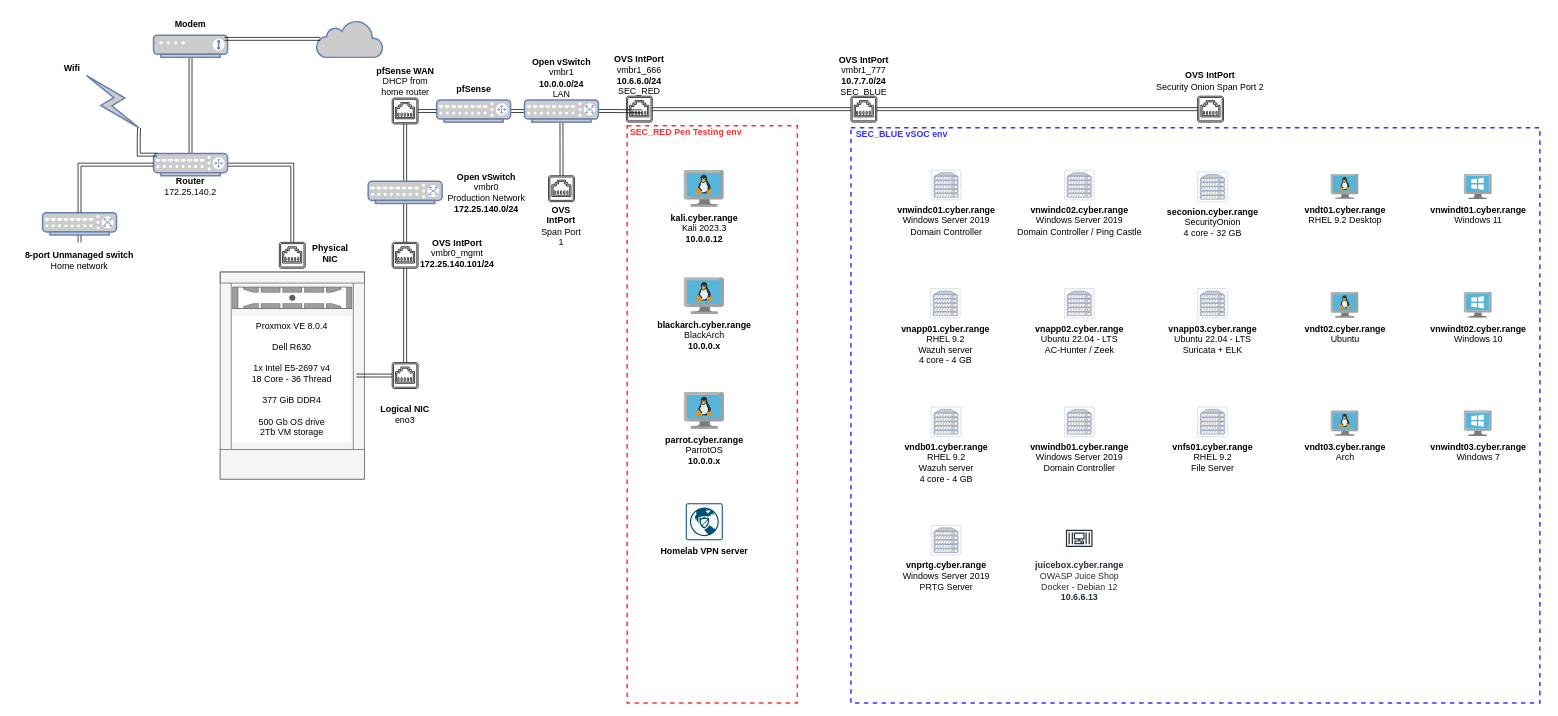
Before: homelab_v3.0.drawio in barebonescyber/homelabNetwork_diagram, a draw.io diagram. Source tidied: cells renumbered, new cells numbered last; positions are measured from the earlier drawing's top-left corner, leaving out a move shared by most shapes. Both pictures are drawn from the tidied source at 74%, with x=0, y=0 at pixel (13, 13).
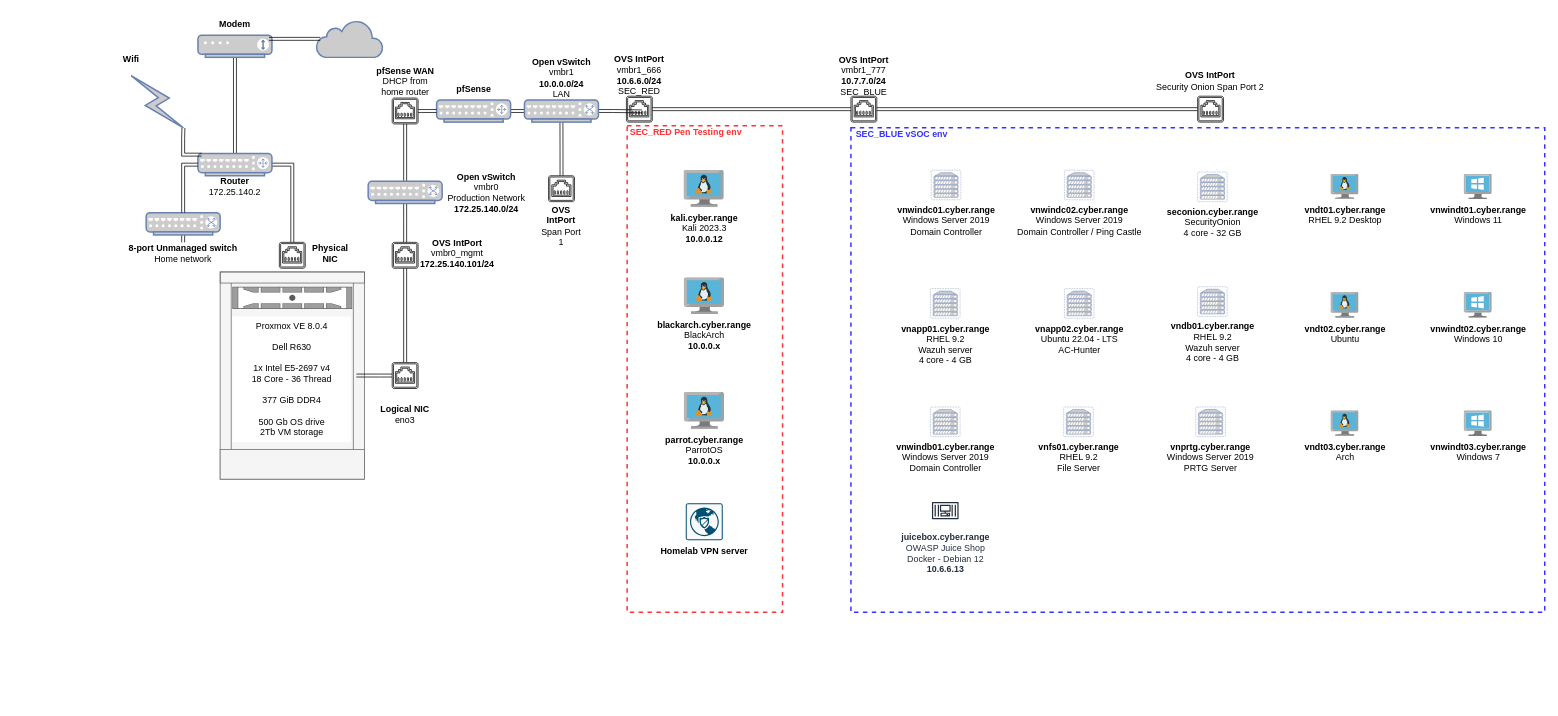
After the change.

What changed in the source:
```diff
@@
     <mxCell id="2" value="&amp;nbsp;&lt;font color=&quot;#3333ff&quot;&gt;SEC_BLUE vSOC env&lt;/font&gt;" style="html=1;fontColor=#FF3333;fontStyle=1;align=left;verticalAlign=top;spacing=0;labelBorderColor=none;fillColor=none;dashed=1;strokeWidth=2;strokeColor=#3333FF;spacingLeft=4;spacingTop=-3;" parent="1" vertex="1">
-      <mxGeometry x="1132.4" y="155" width="931" height="777.5" as="geometry" />
+      <mxGeometry x="1132.4" y="155" width="937.6" height="655" as="geometry" />
     </mxCell>
     <mxCell id="3" value="SEC_RED Pen Testing env" style="html=1;fontColor=#FF3333;fontStyle=1;align=left;verticalAlign=top;spacing=0;labelBorderColor=none;fillColor=none;dashed=1;strokeWidth=2;strokeColor=#FF3333;spacingLeft=4;spacingTop=-3;" parent="1" vertex="1">
-      <mxGeometry x="830" y="152.5" width="230" height="780" as="geometry" />
+      <mxGeometry x="830" y="152.5" width="210" height="657.5" as="geometry" />
     </mxCell>
@@
     <mxCell id="6" style="fontColor=#0066CC;verticalAlign=top;verticalLabelPosition=bottom;labelPosition=center;align=center;html=1;outlineConnect=0;fillColor=#CCCCCC;strokeColor=#6881B3;gradientColor=none;gradientDirection=north;strokeWidth=2;shape=mxgraph.networks.router;" parent="1" vertex="1">
-      <mxGeometry x="190" y="190" width="100" height="30" as="geometry" />
+      <mxGeometry x="250" y="190" width="100" height="30" as="geometry" />
     </mxCell>
     <mxCell id="7" style="fontColor=#0066CC;verticalAlign=top;verticalLabelPosition=bottom;labelPosition=center;align=center;html=1;outlineConnect=0;fillColor=#CCCCCC;strokeColor=#6881B3;gradientColor=none;gradientDirection=north;strokeWidth=2;shape=mxgraph.networks.comm_link;direction=west;rotation=-45;" parent="1" vertex="1">
-      <mxGeometry x="120" y="70" width="30" height="100" as="geometry" />
+      <mxGeometry x="180" y="70" width="30" height="100" as="geometry" />
     </mxCell>
@@
     <mxCell id="10" style="fontColor=#0066CC;verticalAlign=top;verticalLabelPosition=bottom;labelPosition=center;align=center;html=1;outlineConnect=0;fillColor=#CCCCCC;strokeColor=#6881B3;gradientColor=none;gradientDirection=north;strokeWidth=2;shape=mxgraph.networks.modem;direction=east;" parent="1" vertex="1">
-      <mxGeometry x="190" y="30" width="100" height="30" as="geometry" />
+      <mxGeometry x="250" y="30" width="100" height="30" as="geometry" />
     </mxCell>
@@
-    <mxCell id="12" style="edgeStyle=orthogonalEdgeStyle;rounded=0;jettySize=auto;html=1;exitX=0.5;exitY=1;exitDx=0;exitDy=0;exitPerimeter=0;entryX=0.5;entryY=0;entryDx=0;entryDy=0;shape=link;" parent="1" edge="1" source="13" target="18">
-      <mxGeometry relative="1" as="geometry" />
+    <mxCell id="12" style="edgeStyle=orthogonalEdgeStyle;rounded=0;jettySize=auto;html=1;exitX=0.5;exitY=1;exitDx=0;exitDy=0;exitPerimeter=0;entryX=0.5;entryY=0;entryDx=0;entryDy=0;shape=link;" parent="1" edge="1" source="13">
+      <mxGeometry relative="1" as="geometry">
+        <mxPoint x="230" y="310" as="targetPoint" />
+      </mxGeometry>
     </mxCell>
     <mxCell id="13" style="fontColor=#0066CC;verticalAlign=top;verticalLabelPosition=bottom;labelPosition=center;align=center;html=1;outlineConnect=0;fillColor=#CCCCCC;strokeColor=#6881B3;gradientColor=none;gradientDirection=north;strokeWidth=2;shape=mxgraph.networks.switch;" parent="1" vertex="1">
-      <mxGeometry x="40" y="270" width="100" height="30" as="geometry" />
+      <mxGeometry x="180" y="270" width="100" height="30" as="geometry" />
     </mxCell>
@@
     <mxCell id="18" value="&lt;b&gt;8-port Unmanaged switch&lt;/b&gt;&lt;br&gt;Home network" style="text;html=1;strokeColor=none;fillColor=none;align=center;verticalAlign=middle;whiteSpace=wrap;rounded=0;" parent="1" vertex="1">
-      <mxGeometry y="310" width="180" height="50" as="geometry" />
+      <mxGeometry x="140" y="300" width="180" height="50" as="geometry" />
     </mxCell>
@@
     <mxCell id="29" value="&lt;b&gt;Router&lt;/b&gt;&lt;br&gt;172.25.140.2" style="text;html=1;strokeColor=none;fillColor=none;align=center;verticalAlign=middle;whiteSpace=wrap;rounded=0;" parent="1" vertex="1">
-      <mxGeometry x="190" y="220" width="100" height="30" as="geometry" />
+      <mxGeometry x="250" y="220" width="100" height="30" as="geometry" />
     </mxCell>
     <mxCell id="30" value="&lt;b&gt;Modem&lt;br&gt;&lt;/b&gt;" style="text;html=1;strokeColor=none;fillColor=none;align=center;verticalAlign=middle;whiteSpace=wrap;rounded=0;" parent="1" vertex="1">
-      <mxGeometry x="210" width="60" height="30" as="geometry" />
+      <mxGeometry x="270" width="60" height="30" as="geometry" />
     </mxCell>
     <mxCell id="31" value="&lt;b&gt;Wifi&lt;/b&gt;" style="text;html=1;strokeColor=none;fillColor=none;align=center;verticalAlign=middle;whiteSpace=wrap;rounded=0;" parent="1" vertex="1">
-      <mxGeometry x="40" y="50" width="80" height="50" as="geometry" />
+      <mxGeometry x="120" y="37.5" width="80" height="50" as="geometry" />
     </mxCell>
@@
     <mxCell id="40" value="&lt;b&gt;juicebox.cyber.range&lt;/b&gt;&lt;br&gt;OWASP Juice Shop&lt;br&gt;Docker - Debian 12&lt;br&gt;&lt;b&gt;10.6.6.13&lt;/b&gt;" style="sketch=0;fontColor=#232F3E;gradientColor=none;strokeColor=#232F3E;fillColor=#ffffff;dashed=0;verticalLabelPosition=bottom;verticalAlign=top;align=center;html=1;fontSize=12;fontStyle=0;shape=mxgraph.aws4.resourceIcon;resIcon=mxgraph.aws4.container_3;" parent="1" vertex="1">
-      <mxGeometry x="1418.4" y="687.5" width="45" height="45" as="geometry" />
+      <mxGeometry x="1237.4" y="650" width="45" height="45" as="geometry" />
     </mxCell>
@@
-    <mxCell id="48" value="&lt;font style=&quot;&quot; color=&quot;#000000&quot;&gt;&lt;b&gt;vnapp02.cyber.range&lt;/b&gt;&lt;br&gt;&lt;/font&gt;&lt;font color=&quot;#000000&quot;&gt;Ubuntu 22.04 - LTS&lt;br&gt;&lt;/font&gt;&lt;font style=&quot;&quot; color=&quot;#000000&quot;&gt;AC-Hunter / Zeek&lt;br&gt;&lt;/font&gt;" style="fontColor=#0066CC;verticalAlign=top;verticalLabelPosition=bottom;labelPosition=center;align=center;html=1;fillColor=#CCCCCC;strokeColor=#6881B3;gradientColor=none;gradientDirection=north;strokeWidth=2;shape=mxgraph.networks.virtual_server;" parent="1" vertex="1">
+    <mxCell id="48" value="&lt;font style=&quot;&quot; color=&quot;#000000&quot;&gt;&lt;b&gt;vnapp02.cyber.range&lt;/b&gt;&lt;br&gt;&lt;/font&gt;&lt;font color=&quot;#000000&quot;&gt;Ubuntu 22.04 - LTS&lt;br&gt;&lt;/font&gt;&lt;font style=&quot;&quot; color=&quot;#000000&quot;&gt;AC-Hunter&lt;br&gt;&lt;/font&gt;" style="fontColor=#0066CC;verticalAlign=top;verticalLabelPosition=bottom;labelPosition=center;align=center;html=1;fillColor=#CCCCCC;strokeColor=#6881B3;gradientColor=none;gradientDirection=north;strokeWidth=2;shape=mxgraph.networks.virtual_server;" parent="1" vertex="1">
       <mxGeometry x="1420.9" y="372.5" width="40" height="40" as="geometry" />
     </mxCell>
     <mxCell id="49" value="&lt;font style=&quot;&quot; color=&quot;#000000&quot;&gt;&lt;b&gt;vnfs01.cyber.range&lt;/b&gt;&lt;br&gt;RHEL 9.2&lt;br&gt;File Server&lt;br&gt;&lt;/font&gt;" style="fontColor=#0066CC;verticalAlign=top;verticalLabelPosition=bottom;labelPosition=center;align=center;html=1;fillColor=#CCCCCC;strokeColor=#6881B3;gradientColor=none;gradientDirection=north;strokeWidth=2;shape=mxgraph.networks.virtual_server;" parent="1" vertex="1">
-      <mxGeometry x="1600.9" y="532.5" width="40" height="40" as="geometry" />
+      <mxGeometry x="1419.9" y="532.5" width="40" height="40" as="geometry" />
     </mxCell>
     <mxCell id="50" value="&lt;font style=&quot;&quot; color=&quot;#000000&quot;&gt;&lt;b&gt;vnprtg.cyber.range&lt;/b&gt;&lt;br&gt;Windows Server 2019&lt;br&gt;PRTG Server&lt;br&gt;&lt;/font&gt;" style="fontColor=#0066CC;verticalAlign=top;verticalLabelPosition=bottom;labelPosition=center;align=center;html=1;fillColor=#CCCCCC;strokeColor=#6881B3;gradientColor=none;gradientDirection=north;strokeWidth=2;shape=mxgraph.networks.virtual_server;" parent="1" vertex="1">
-      <mxGeometry x="1240.9" y="692.5" width="40" height="40" as="geometry" />
+      <mxGeometry x="1598.4" y="532.5" width="40" height="40" as="geometry" />
     </mxCell>
@@
-    <mxCell id="57" value="&lt;font style=&quot;&quot; color=&quot;#000000&quot;&gt;&lt;b&gt;vnapp03.cyber.range&lt;/b&gt;&lt;br&gt;&lt;/font&gt;&lt;font color=&quot;#000000&quot;&gt;Ubuntu 22.04 - LTS&lt;br&gt;&lt;/font&gt;&lt;font style=&quot;&quot; color=&quot;#000000&quot;&gt;Suricata + ELK&lt;br&gt;&lt;/font&gt;" style="fontColor=#0066CC;verticalAlign=top;verticalLabelPosition=bottom;labelPosition=center;align=center;html=1;fillColor=#CCCCCC;strokeColor=#6881B3;gradientColor=none;gradientDirection=north;strokeWidth=2;shape=mxgraph.networks.virtual_server;" parent="1" vertex="1">
-      <mxGeometry x="1600.9" y="372.5" width="40" height="40" as="geometry" />
-    </mxCell>
@@
     <mxCell id="70" value="&lt;font style=&quot;&quot; color=&quot;#000000&quot;&gt;&lt;b&gt;vndb01.cyber.range&lt;/b&gt;&lt;br&gt;RHEL 9.2&lt;br&gt;Wazuh server&lt;br&gt;4 core - 4 GB&lt;br&gt;&lt;/font&gt;" style="fontColor=#0066CC;verticalAlign=top;verticalLabelPosition=bottom;labelPosition=center;align=center;html=1;fillColor=#CCCCCC;strokeColor=#6881B3;gradientColor=none;gradientDirection=north;strokeWidth=2;shape=mxgraph.networks.virtual_server;" parent="1" vertex="1">
-      <mxGeometry x="1240.9" y="532.5" width="40" height="40" as="geometry" />
+      <mxGeometry x="1600.9" y="370" width="40" height="40" as="geometry" />
     </mxCell>
     <mxCell id="71" value="&lt;b style=&quot;border-color: var(--border-color); color: rgb(0, 0, 0);&quot;&gt;vnwindb01.cyber.range&lt;/b&gt;&lt;br style=&quot;border-color: var(--border-color); color: rgb(0, 0, 0);&quot;&gt;&lt;font color=&quot;#000000&quot;&gt;Windows Server 2019&lt;br style=&quot;border-color: var(--border-color);&quot;&gt;&lt;/font&gt;&lt;span style=&quot;border-color: var(--border-color); color: rgb(0, 0, 0);&quot;&gt;Domain Controller&lt;/span&gt;&lt;font style=&quot;&quot; color=&quot;#000000&quot;&gt;&lt;br&gt;&lt;/font&gt;" style="fontColor=#0066CC;verticalAlign=top;verticalLabelPosition=bottom;labelPosition=center;align=center;html=1;fillColor=#CCCCCC;strokeColor=#6881B3;gradientColor=none;gradientDirection=north;strokeWidth=2;shape=mxgraph.networks.virtual_server;" parent="1" vertex="1">
-      <mxGeometry x="1420.9" y="532.5" width="40" height="40" as="geometry" />
+      <mxGeometry x="1239.9" y="532.5" width="40" height="40" as="geometry" />
     </mxCell>
```
